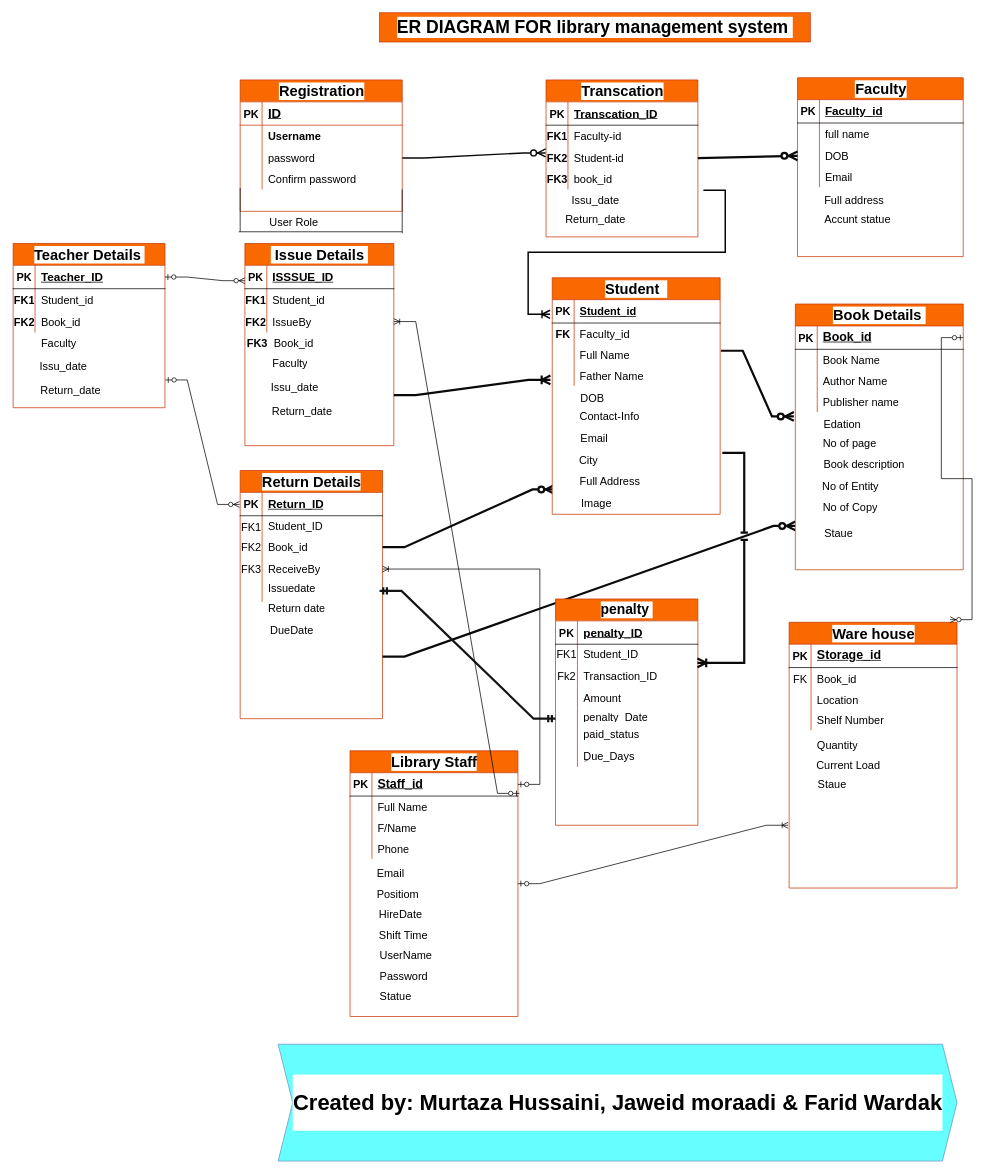
This is ER-Diagram-Library-management-System.drawio from hussaini021/Library_management, a draw.io file, before an edit. Source tidied: cells renumbered, new cells numbered last; positions are measured from the earlier drawing's top-left corner, leaving out a move shared by most shapes. Both pictures are drawn from the tidied source at 73%, with x=0, y=0 at pixel (12, 12).
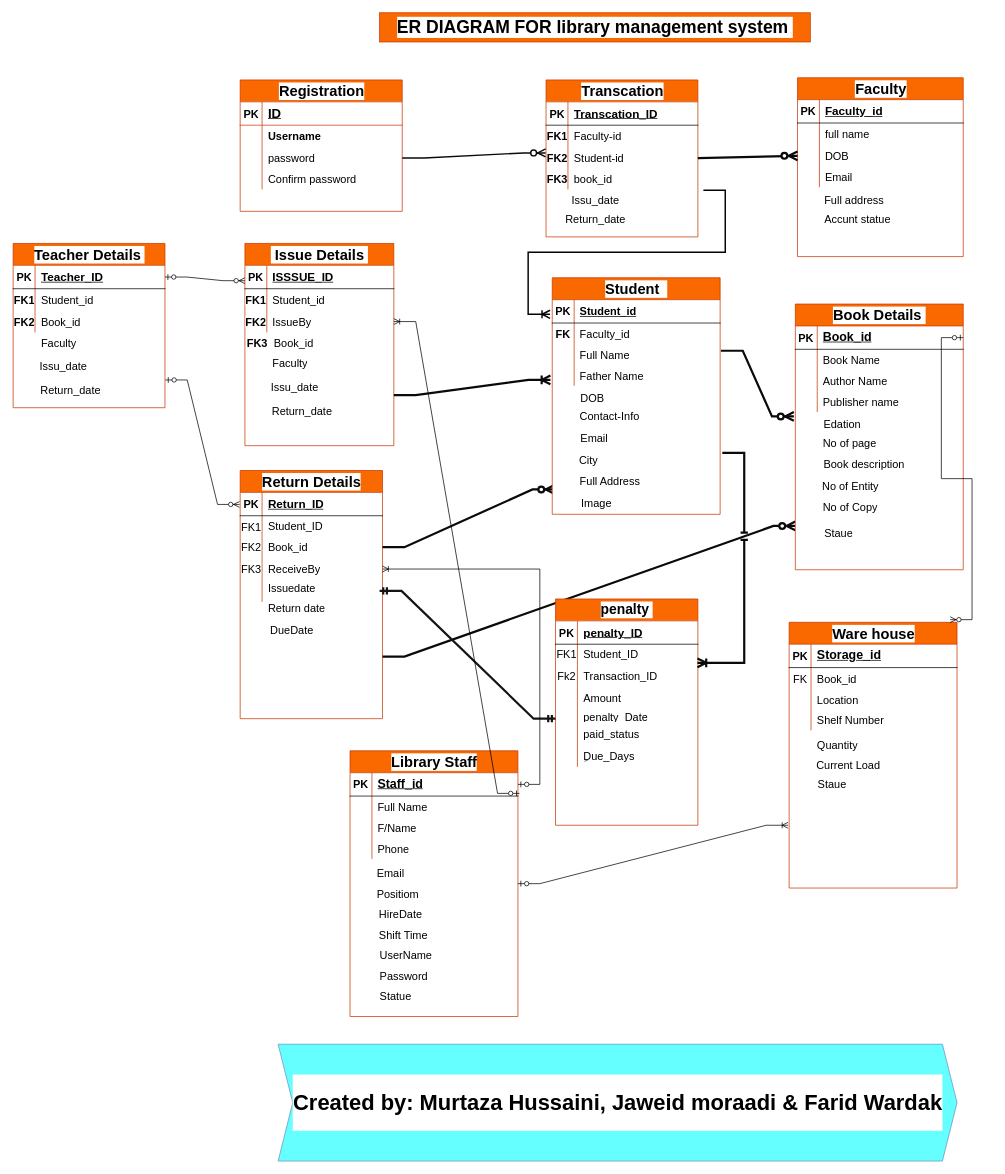
The same diagram, later.

Unchanged cells that the change refers to:
```xml
<mxCell id="12" style="shape=tableRow;horizontal=0;startSize=0;swimlaneHead=0;swimlaneBody=0;fillColor=none;points=[[0,0.5],[1,0.5]];portConstraint=eastwest;top=0;left=0;right=0;bottom=0;labelBackgroundColor=#FFFFFF;strokeColor=inherit;fontSize=15;" parent="2" vertex="1">
  <mxGeometry y="122" width="222" height="28" as="geometry" />
</mxCell>
```

Diff of the diagram source:
```diff
@@
-    <mxCell id="17" value="User Role" style="shape=partialRectangle;fillColor=none;top=0;left=0;bottom=0;right=0;align=left;spacingLeft=6;overflow=hidden;whiteSpace=wrap;html=1;labelBackgroundColor=#FFFFFF;strokeColor=none;fontSize=15;" parent="1" vertex="1">
-      <mxGeometry x="343.5" y="272" width="150" height="30" as="geometry" />
-    </mxCell>
@@
-    <mxCell id="72" style="endArrow=none;html=1;rounded=0;entryX=1;entryY=1;entryDx=0;entryDy=0;entryPerimeter=0;fontSize=15;" parent="1" edge="1" target="12">
-      <mxGeometry relative="1" as="geometry">
-        <mxPoint x="533.5" y="302" as="sourcePoint" />
-      </mxGeometry>
-    </mxCell>
-    <mxCell id="73" style="endArrow=none;html=1;rounded=0;fontSize=15;" parent="1" edge="1">
-      <mxGeometry relative="1" as="geometry">
-        <mxPoint x="533.5" y="300" as="sourcePoint" />
-        <mxPoint x="309.5" y="300" as="targetPoint" />
-      </mxGeometry>
-    </mxCell>
@@
-    <mxCell id="128" style="endArrow=none;html=1;rounded=0;entryX=1;entryY=1;entryDx=0;entryDy=0;entryPerimeter=0;fontSize=15;" parent="1" edge="1">
-      <mxGeometry relative="1" as="geometry">
-        <mxPoint x="311.5" y="300" as="sourcePoint" />
-        <mxPoint x="311.5" y="240" as="targetPoint" />
-      </mxGeometry>
-    </mxCell>
```
